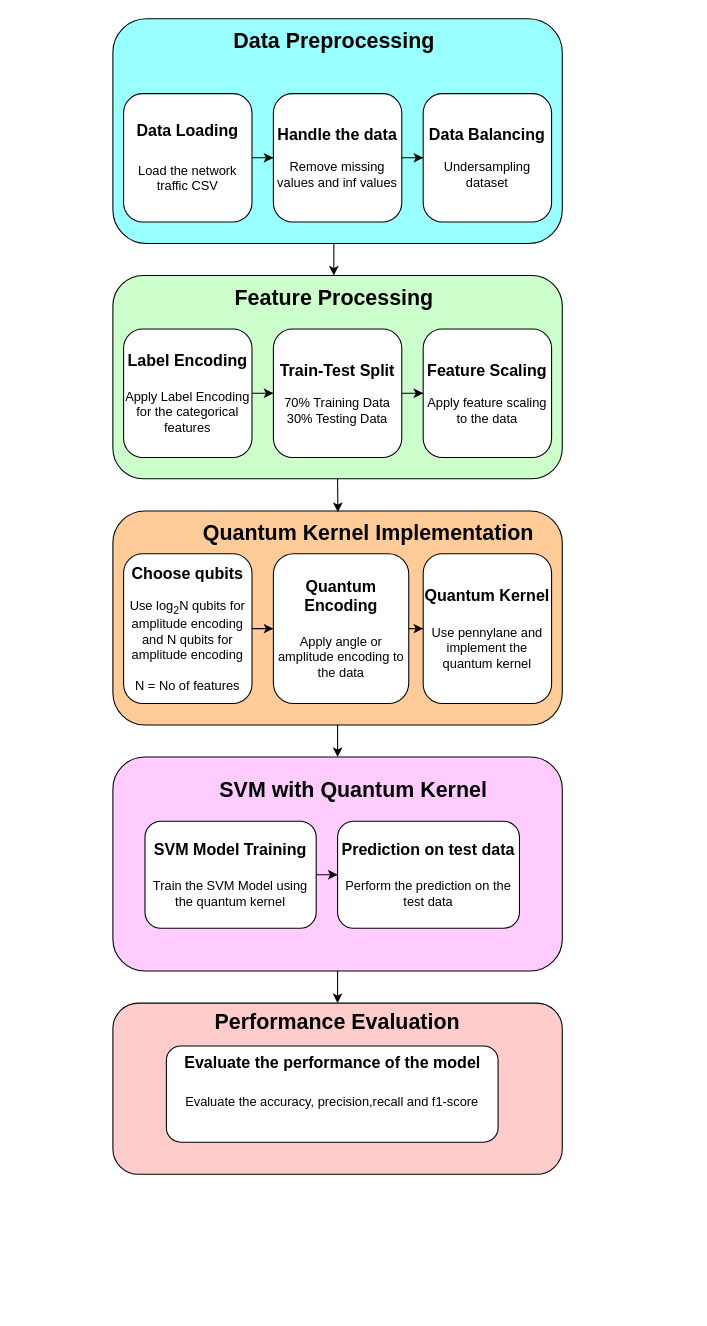
Earlier version of the draw.io diagram QKNN.drawio (AkshayMMurthy/abc). Source tidied: cells renumbered, new cells numbered last; positions are measured from the earlier drawing's top-left corner, leaving out a move shared by most shapes. Both pictures are drawn from the tidied source at 107%, with x=0, y=0 at pixel (18, 18).
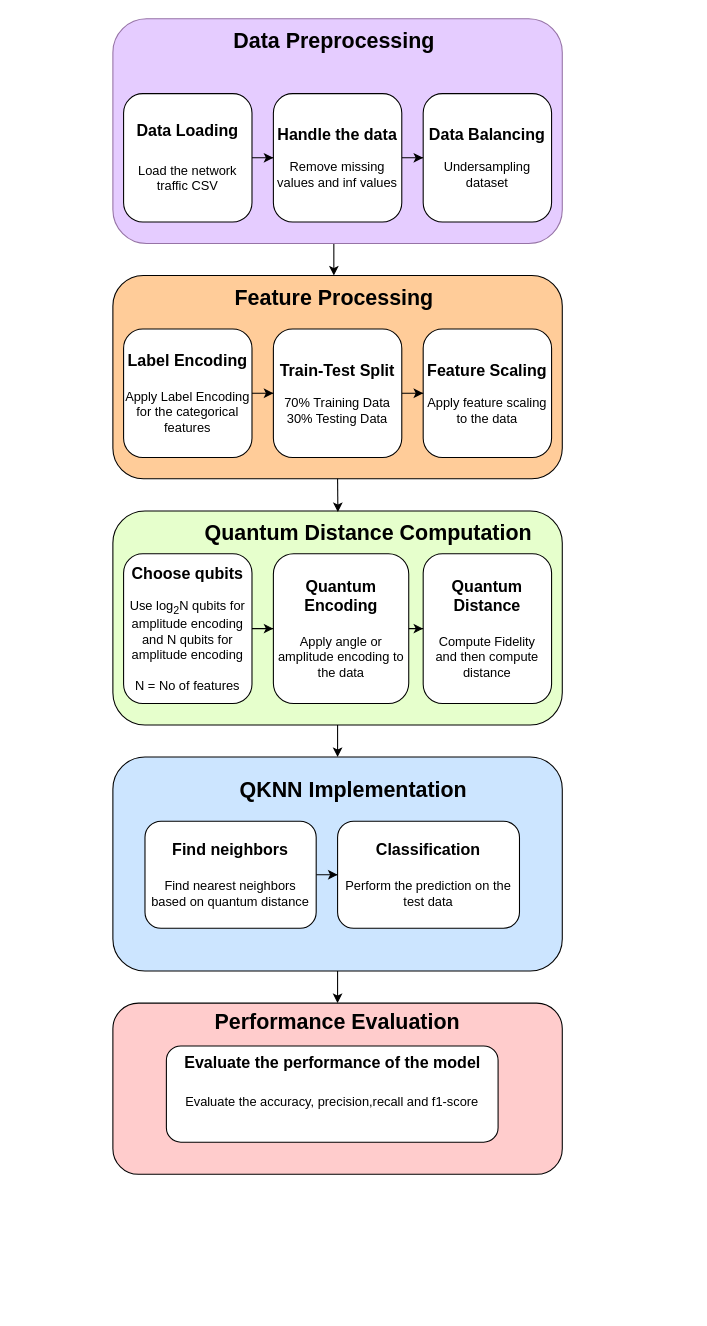
Above is the later version.

The edit, as a diff of the source:
```diff
@@
-    <mxCell id="3" style="rounded=1;whiteSpace=wrap;html=1;fillColor=light-dark(#99FFFF,#99FFFF);" parent="1" vertex="1">
+    <mxCell id="3" style="rounded=1;whiteSpace=wrap;html=1;fillColor=#E5CCFF;strokeColor=#9673a6;" parent="1" vertex="1">
       <mxGeometry x="88" width="420" height="210" as="geometry" />
     </mxCell>
@@
-    <mxCell id="5" style="rounded=1;whiteSpace=wrap;html=1;fillColor=light-dark(#FFCCFF,#FFCCFF);" parent="1" vertex="1">
+    <mxCell id="5" style="rounded=1;whiteSpace=wrap;html=1;fillColor=light-dark(#CCE5FF,#FFCCFF);" parent="1" vertex="1">
       <mxGeometry x="88" y="690" width="420" height="200" as="geometry" />
     </mxCell>
@@
-    <mxCell id="13" value="&lt;span style=&quot;font-size: 20px;&quot;&gt;&lt;b&gt;SVM with Quantum Kernel&lt;/b&gt;&lt;/span&gt;" style="text;html=1;align=center;verticalAlign=middle;whiteSpace=wrap;rounded=0;" parent="1" vertex="1">
+    <mxCell id="13" value="&lt;span style=&quot;font-size: 20px;&quot;&gt;&lt;b&gt;QKNN Implementation&lt;/b&gt;&lt;/span&gt;" style="text;html=1;align=center;verticalAlign=middle;whiteSpace=wrap;rounded=0;" parent="1" vertex="1">
       <mxGeometry x="18" y="700" width="590" height="40" as="geometry" />
     </mxCell>
@@
-    <mxCell id="15" value="&lt;div&gt;&lt;span style=&quot;font-size: 15px;&quot;&gt;&lt;b&gt;SVM Model Training&lt;/b&gt;&lt;/span&gt;&lt;/div&gt;&lt;div&gt;&lt;span style=&quot;font-size: 15px;&quot;&gt;&lt;b&gt;&lt;br&gt;&lt;/b&gt;&lt;/span&gt;&lt;/div&gt;Train the SVM Model using the quantum kernel" style="rounded=1;whiteSpace=wrap;html=1;" parent="1" vertex="1">
+    <mxCell id="15" value="&lt;div&gt;&lt;span style=&quot;font-size: 15px;&quot;&gt;&lt;b&gt;Find neighbors&lt;/b&gt;&lt;/span&gt;&lt;/div&gt;&lt;div&gt;&lt;span style=&quot;font-size: 15px;&quot;&gt;&lt;b&gt;&lt;br&gt;&lt;/b&gt;&lt;/span&gt;&lt;/div&gt;Find nearest neighbors based on quantum distance" style="rounded=1;whiteSpace=wrap;html=1;" parent="1" vertex="1">
       <mxGeometry x="118" y="750" width="160" height="100" as="geometry" />
     </mxCell>
-    <mxCell id="16" value="&lt;div&gt;&lt;span style=&quot;font-size: 15px;&quot;&gt;&lt;b&gt;Prediction on test data&lt;/b&gt;&lt;/span&gt;&lt;/div&gt;&lt;div&gt;&lt;span style=&quot;font-size: 15px;&quot;&gt;&lt;b&gt;&lt;br&gt;&lt;/b&gt;&lt;/span&gt;&lt;/div&gt;&lt;div&gt;Perform the prediction on the test data&lt;/div&gt;" style="rounded=1;whiteSpace=wrap;html=1;" parent="1" vertex="1">
+    <mxCell id="16" value="&lt;div&gt;&lt;span style=&quot;font-size: 15px;&quot;&gt;&lt;b&gt;Classification&lt;/b&gt;&lt;/span&gt;&lt;/div&gt;&lt;div&gt;&lt;span style=&quot;font-size: 15px;&quot;&gt;&lt;b&gt;&lt;br&gt;&lt;/b&gt;&lt;/span&gt;&lt;/div&gt;&lt;div&gt;Perform the prediction on the test data&lt;/div&gt;" style="rounded=1;whiteSpace=wrap;html=1;" parent="1" vertex="1">
       <mxGeometry x="298" y="750" width="170" height="100" as="geometry" />
     </mxCell>
@@
-    <mxCell id="20" style="rounded=1;whiteSpace=wrap;html=1;fillColor=light-dark(#FFCC99,#99FFFF);" parent="1" vertex="1">
+    <mxCell id="20" style="rounded=1;whiteSpace=wrap;html=1;fillColor=light-dark(#E6FFCC,#99FFFF);" parent="1" vertex="1">
       <mxGeometry x="88" y="460" width="420" height="200" as="geometry" />
     </mxCell>
-    <mxCell id="21" value="&lt;font style=&quot;font-size: 20px;&quot;&gt;&lt;b&gt;Quantum Kernel Implementation&lt;/b&gt;&lt;/font&gt;" style="text;html=1;align=center;verticalAlign=middle;whiteSpace=wrap;rounded=0;" parent="1" vertex="1">
+    <mxCell id="21" value="&lt;font style=&quot;font-size: 20px;&quot;&gt;&lt;b&gt;Quantum Distance Computation&lt;/b&gt;&lt;/font&gt;" style="text;html=1;align=center;verticalAlign=middle;whiteSpace=wrap;rounded=0;" parent="1" vertex="1">
       <mxGeometry x="28" y="460" width="598" height="40" as="geometry" />
     </mxCell>
@@
-    <mxCell id="26" value="&lt;div&gt;&lt;span style=&quot;font-size: 15px;&quot;&gt;&lt;b&gt;Quantum Kernel&lt;/b&gt;&lt;/span&gt;&lt;/div&gt;&lt;div&gt;&lt;span style=&quot;font-size: 15px;&quot;&gt;&lt;b&gt;&lt;br&gt;&lt;/b&gt;&lt;/span&gt;&lt;/div&gt;&lt;div&gt;Use pennylane and implement the quantum kernel&lt;/div&gt;" style="rounded=1;whiteSpace=wrap;html=1;" parent="1" vertex="1">
+    <mxCell id="26" value="&lt;div&gt;&lt;span style=&quot;font-size: 15px;&quot;&gt;&lt;b&gt;Quantum Distance&lt;/b&gt;&lt;/span&gt;&lt;/div&gt;&lt;div&gt;&lt;span style=&quot;font-size: 15px;&quot;&gt;&lt;b&gt;&lt;br&gt;&lt;/b&gt;&lt;/span&gt;&lt;/div&gt;&lt;div&gt;Compute Fidelity&lt;/div&gt;&lt;div&gt;and then compute distance&lt;/div&gt;" style="rounded=1;whiteSpace=wrap;html=1;" parent="1" vertex="1">
       <mxGeometry x="378" y="500" width="120" height="140" as="geometry" />
     </mxCell>
-    <mxCell id="27" style="rounded=1;whiteSpace=wrap;html=1;fillColor=light-dark(#CCFFCC,#99FFFF);" parent="1" vertex="1">
+    <mxCell id="27" style="rounded=1;whiteSpace=wrap;html=1;fillColor=light-dark(#FFCC99,#99FFFF);" parent="1" vertex="1">
       <mxGeometry x="88" y="240" width="420" height="190" as="geometry" />
     </mxCell>
```
